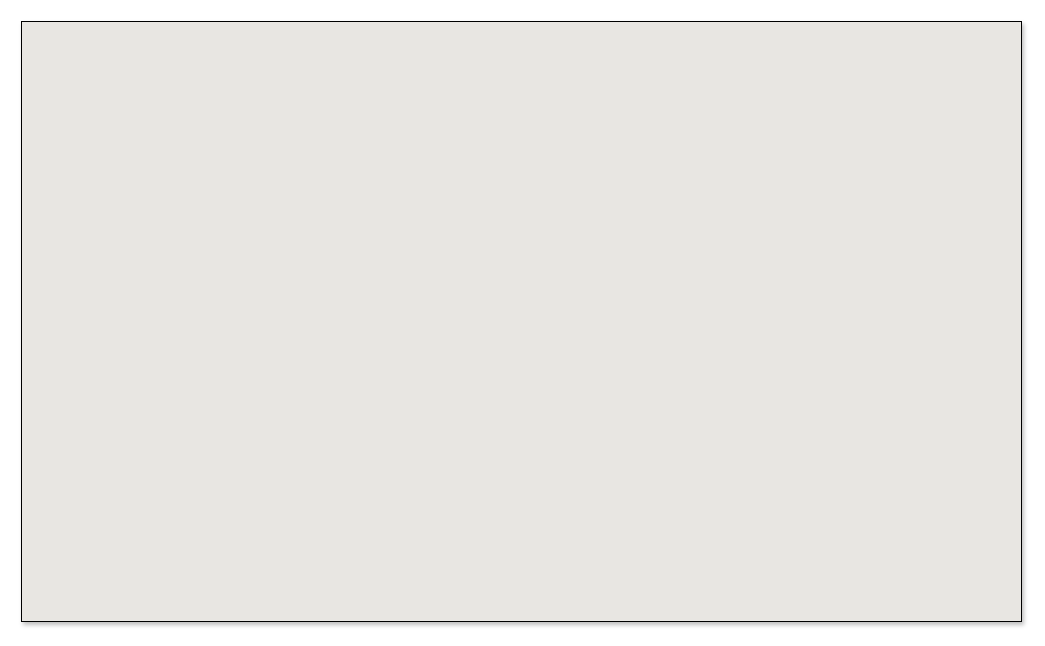
PhoenixTagal/equivalent-concentration-calculator keeps this draw.io diagram as GUI/Equivalent_Concentration_Calculator_GUI.drawio. Above is the earlier version. Source tidied: cells renumbered, new cells numbered last; positions are measured from the earlier drawing's top-left corner, leaving out a move shared by most shapes. Both pictures are drawn from the tidied source at 100%, with x=0, y=0 at pixel (21, 21).
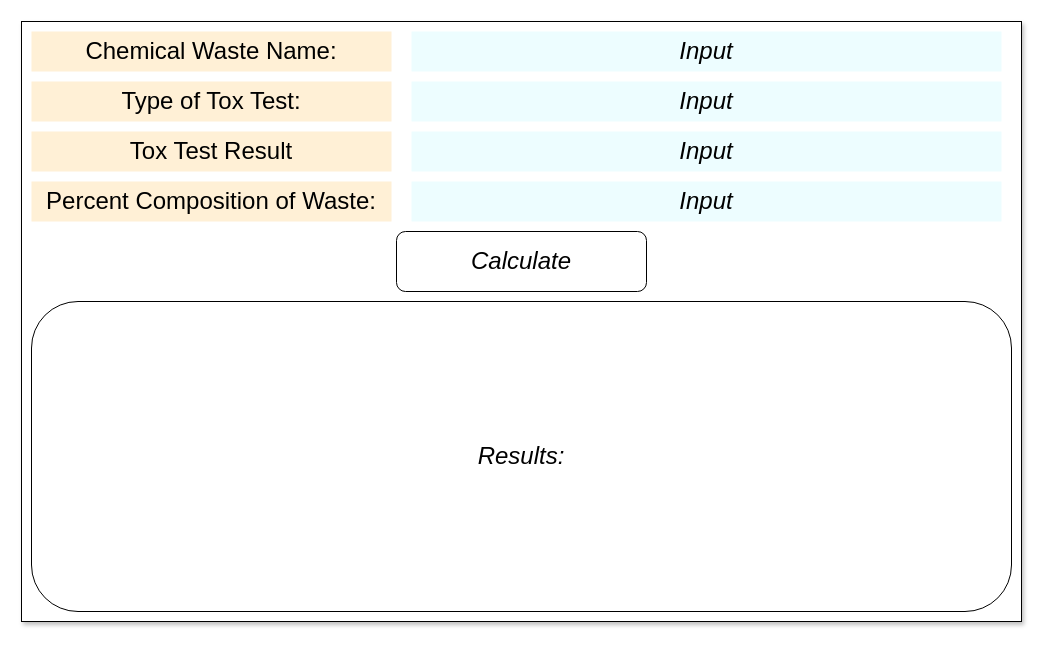
The same diagram, later.

Commit message:
Created lay out, place holder colors

What changed in the source:
```diff
@@
 <mxGraphModel>
   <root>
     <mxCell id="0" />
     <mxCell id="1" parent="0" />
+    <mxCell id="3" style="rounded=0;whiteSpace=wrap;html=1;" parent="1" vertex="1">
+      <mxGeometry x="385" y="10" width="605" height="40" as="geometry" />
+    </mxCell>
-    <mxCell id="2" style="rounded=0;whiteSpace=wrap;html=1;fillColor=#E8E6E2;shadow=1;" parent="1" vertex="1">
+    <mxCell id="2" style="rounded=0;whiteSpace=wrap;html=1;fillColor=#FFFFFF;shadow=1;" parent="1" vertex="1">
       <mxGeometry width="1000" height="600" as="geometry" />
     </mxCell>
+    <mxCell id="4" value="&lt;font style=&quot;font-size: 24px;&quot;&gt;Chemical Waste Name:&lt;/font&gt;" style="text;html=1;strokeColor=none;fillColor=#FFF0D6;align=center;verticalAlign=middle;whiteSpace=wrap;rounded=0;" parent="1" vertex="1">
+      <mxGeometry x="10" y="10" width="360" height="40" as="geometry" />
+    </mxCell>
+    <mxCell id="5" value="&lt;i&gt;&lt;font style=&quot;font-size: 24px;&quot;&gt;Input&lt;/font&gt;&lt;/i&gt;" style="text;html=1;strokeColor=none;fillColor=#EDFDFF;align=center;verticalAlign=middle;whiteSpace=wrap;rounded=0;" parent="1" vertex="1">
+      <mxGeometry x="390" y="10" width="590" height="40" as="geometry" />
+    </mxCell>
+    <mxCell id="6" value="&lt;font style=&quot;font-size: 24px;&quot;&gt;Type of Tox Test:&lt;/font&gt;" style="text;html=1;strokeColor=none;fillColor=#FFF0D6;align=center;verticalAlign=middle;whiteSpace=wrap;rounded=0;" parent="1" vertex="1">
+      <mxGeometry x="10" y="60" width="360" height="40" as="geometry" />
+    </mxCell>
+    <mxCell id="7" value="&lt;i&gt;&lt;font style=&quot;font-size: 24px;&quot;&gt;Input&lt;/font&gt;&lt;/i&gt;" style="text;html=1;strokeColor=none;fillColor=#EDFDFF;align=center;verticalAlign=middle;whiteSpace=wrap;rounded=0;" parent="1" vertex="1">
+      <mxGeometry x="390" y="60" width="590" height="40" as="geometry" />
+    </mxCell>
+    <mxCell id="8" value="&lt;font style=&quot;font-size: 24px;&quot;&gt;Tox Test Result&lt;/font&gt;" style="text;html=1;strokeColor=none;fillColor=#FFF0D6;align=center;verticalAlign=middle;whiteSpace=wrap;rounded=0;" parent="1" vertex="1">
+      <mxGeometry x="10" y="110" width="360" height="40" as="geometry" />
+    </mxCell>
+    <mxCell id="9" value="&lt;i&gt;&lt;font style=&quot;font-size: 24px;&quot;&gt;Input&lt;/font&gt;&lt;/i&gt;" style="text;html=1;strokeColor=none;fillColor=#EDFDFF;align=center;verticalAlign=middle;whiteSpace=wrap;rounded=0;" parent="1" vertex="1">
+      <mxGeometry x="390" y="110" width="590" height="40" as="geometry" />
+    </mxCell>
+    <mxCell id="10" value="&lt;font style=&quot;font-size: 24px;&quot;&gt;Percent Composition of Waste:&lt;/font&gt;" style="text;html=1;strokeColor=none;fillColor=#FFF0D6;align=center;verticalAlign=middle;whiteSpace=wrap;rounded=0;" parent="1" vertex="1">
+      <mxGeometry x="10" y="160" width="360" height="40" as="geometry" />
+    </mxCell>
+    <mxCell id="11" value="&lt;i&gt;&lt;font style=&quot;font-size: 24px;&quot;&gt;Input&lt;/font&gt;&lt;/i&gt;" style="text;html=1;strokeColor=none;fillColor=#EDFDFF;align=center;verticalAlign=middle;whiteSpace=wrap;rounded=0;" parent="1" vertex="1">
+      <mxGeometry x="390" y="160" width="590" height="40" as="geometry" />
+    </mxCell>
+    <mxCell id="12" value="&lt;i&gt;&lt;font style=&quot;font-size: 24px;&quot;&gt;Results:&lt;/font&gt;&lt;/i&gt;" style="rounded=1;whiteSpace=wrap;html=1;" parent="1" vertex="1">
+      <mxGeometry x="10" y="280" width="980" height="310" as="geometry" />
+    </mxCell>
+    <mxCell id="13" value="&lt;i&gt;&lt;font style=&quot;font-size: 24px;&quot;&gt;Calculate&lt;/font&gt;&lt;/i&gt;" style="rounded=1;whiteSpace=wrap;html=1;" parent="1" vertex="1">
+      <mxGeometry x="375" y="210" width="250" height="60" as="geometry" />
+    </mxCell>
   </root>
 </mxGraphModel>
```
